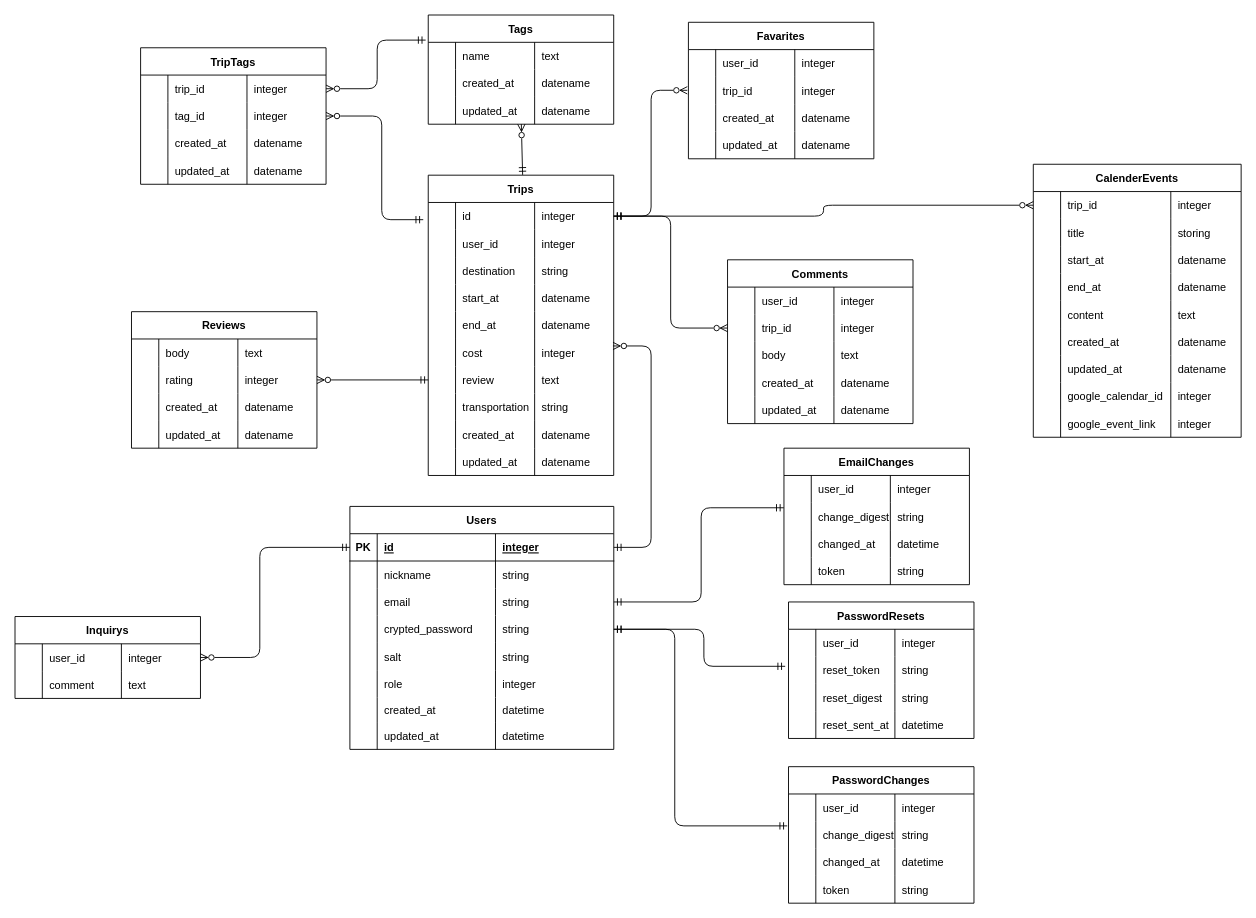
The draw.io diagram ER.dio in seki221/readme, before the edit. Source tidied: cells renumbered, new cells numbered last; positions are measured from the earlier drawing's top-left corner, leaving out a move shared by most shapes. Both pictures are drawn from the tidied source at 91%, with x=0, y=0 at pixel (15, 15).
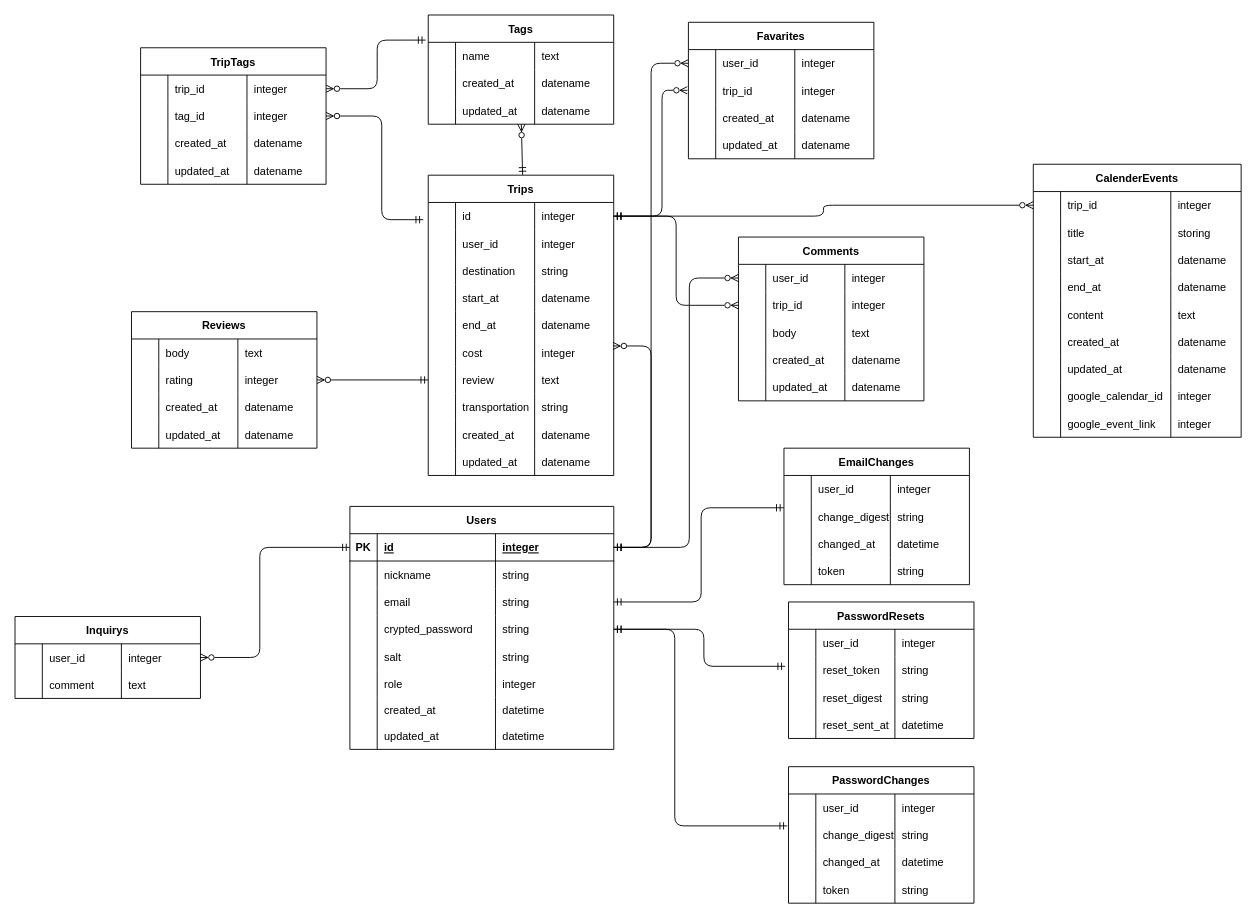
The same page after the edit.

Commit message:
リレーションの線の追加

The change refers to these unchanged cells:
```xml
<mxCell id="3" style="shape=tableRow;horizontal=0;startSize=0;swimlaneHead=0;swimlaneBody=0;fillColor=none;points=[[0,0.5],[1,0.5]];portConstraint=eastwest;top=0;left=0;right=0;bottom=1;" parent="2" vertex="1">
  <mxGeometry y="30" width="290" height="30" as="geometry" />
</mxCell>
<mxCell id="36" style="shape=tableRow;horizontal=0;startSize=0;swimlaneHead=0;swimlaneBody=0;fillColor=none;points=[[0,0.5],[1,0.5]];portConstraint=eastwest;top=0;left=0;right=0;bottom=0;" parent="35" vertex="1">
  <mxGeometry y="30" width="203.8" height="30" as="geometry" />
</mxCell>
<mxCell id="134" style="shape=tableRow;horizontal=0;startSize=0;swimlaneHead=0;swimlaneBody=0;fillColor=none;points=[[0,0.5],[1,0.5]];portConstraint=eastwest;top=0;left=0;right=0;bottom=0;" parent="133" vertex="1">
  <mxGeometry y="30" width="203.8" height="30" as="geometry" />
</mxCell>
<mxCell id="155" style="shape=tableRow;horizontal=0;startSize=0;swimlaneHead=0;swimlaneBody=0;fillColor=none;points=[[0,0.5],[1,0.5]];portConstraint=eastwest;top=0;left=0;right=0;bottom=0;" parent="154" vertex="1">
  <mxGeometry y="30" width="203.8" height="30" as="geometry" />
</mxCell>
<mxCell id="159" style="shape=tableRow;horizontal=0;startSize=0;swimlaneHead=0;swimlaneBody=0;fillColor=none;points=[[0,0.5],[1,0.5]];portConstraint=eastwest;top=0;left=0;right=0;bottom=0;" parent="154" vertex="1">
  <mxGeometry y="60" width="203.8" height="30" as="geometry" />
</mxCell>
```

Diff of the diagram source:
```diff
@@
     <mxCell id="133" value="Comments" style="shape=table;startSize=30;childLayout=tableLayout;rowLines=0;fontStyle=1;align=center;" parent="1" vertex="1">
-      <mxGeometry x="783" y="269" width="203.8" height="180" as="geometry" />
+      <mxGeometry x="795" y="244" width="203.8" height="180" as="geometry" />
     </mxCell>
@@
     <mxCell id="260" style="edgeStyle=orthogonalEdgeStyle;fontSize=12;html=1;endArrow=ERzeroToMany;startArrow=ERmandOne;entryX=-0.006;entryY=0.491;entryDx=0;entryDy=0;entryPerimeter=0;endFill=0;" parent="1" edge="1" source="36" target="159">
-      <mxGeometry relative="1" as="geometry" />
+      <mxGeometry relative="1" as="geometry">
+        <Array as="points">
+          <mxPoint x="711" y="221" />
+          <mxPoint x="711" y="83" />
+        </Array>
+      </mxGeometry>
     </mxCell>
@@
+    <mxCell id="270" style="edgeStyle=orthogonalEdgeStyle;fontSize=12;html=1;endArrow=ERzeroToMany;startArrow=ERmandOne;endFill=0;" parent="1" edge="1" source="3" target="155">
+      <mxGeometry relative="1" as="geometry" />
+    </mxCell>
+    <mxCell id="271" style="edgeStyle=orthogonalEdgeStyle;fontSize=12;html=1;endArrow=ERzeroToMany;startArrow=ERmandOne;endFill=0;" parent="1" edge="1" source="3" target="134">
+      <mxGeometry relative="1" as="geometry">
+        <Array as="points">
+          <mxPoint x="741" y="585" />
+          <mxPoint x="741" y="289" />
+        </Array>
+      </mxGeometry>
+    </mxCell>
```
